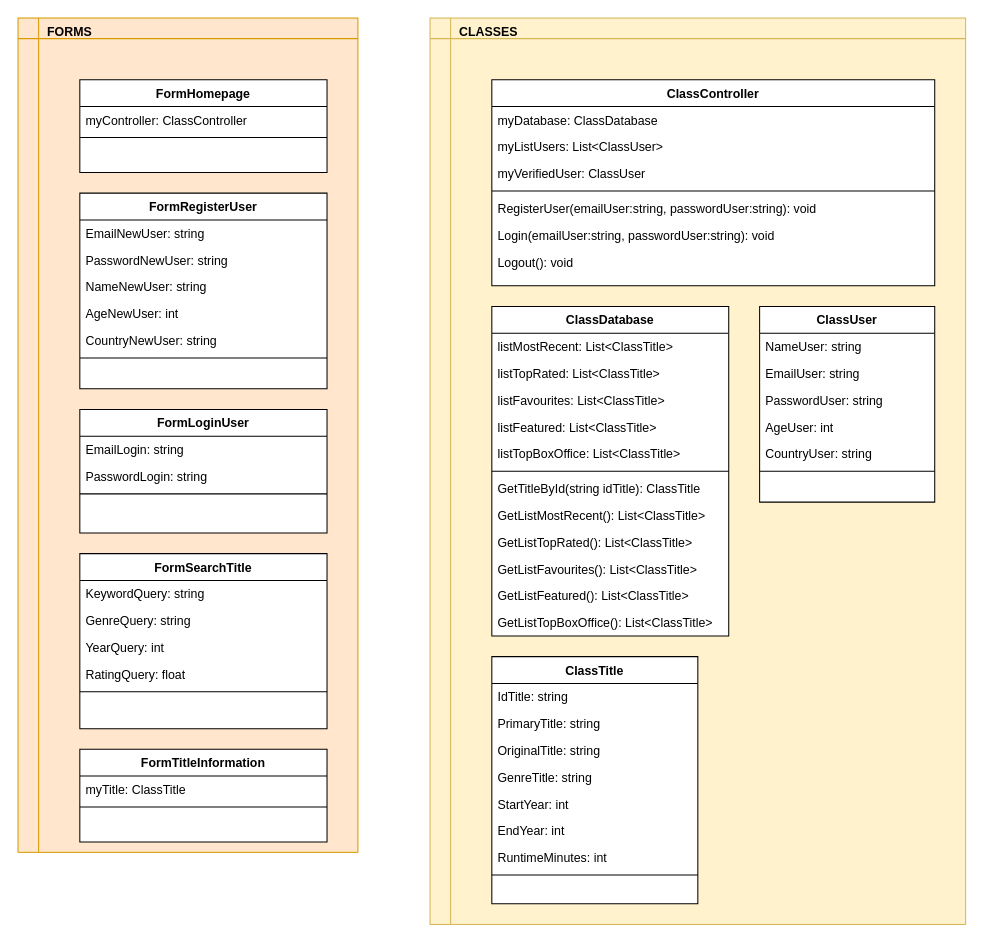
Earlier version of the draw.io diagram SODV2101_UMLDiagram.drawio (danielkakiuthi/SODV2101_MovieDatabase). Source tidied: cells renumbered, new cells numbered last; positions are measured from the earlier drawing's top-left corner, leaving out a move shared by most shapes. Both pictures are drawn from the tidied source at 103%, with x=0, y=0 at pixel (18, 18).
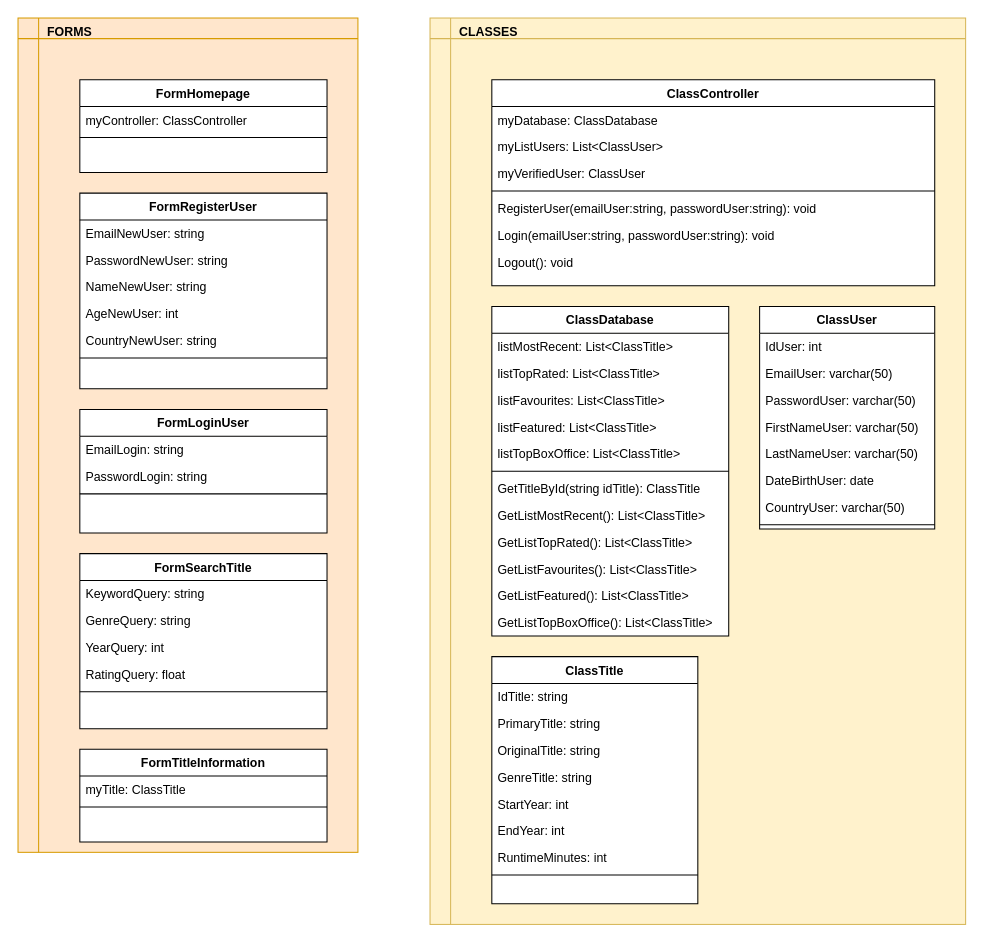
After the change.

What changed in the source:
```diff
@@
     <mxCell id="46" value="ClassUser" style="swimlane;fontStyle=1;align=center;verticalAlign=top;horizontal=1;startSize=26;rounded=0;shadow=0;strokeWidth=1;swimlaneFillColor=default;" parent="1" vertex="1">
-      <mxGeometry x="720" y="280" width="170" height="190" as="geometry" />
+      <mxGeometry x="720" y="280" width="170" height="216" as="geometry" />
     </mxCell>
-    <mxCell id="47" value="NameUser: string" style="text;align=left;verticalAlign=top;spacingLeft=4;spacingRight=4;overflow=hidden;" parent="46" vertex="1">
+    <mxCell id="47" value="IdUser: int" style="text;align=left;verticalAlign=top;spacingLeft=4;spacingRight=4;overflow=hidden;" parent="46" vertex="1">
       <mxGeometry y="26" width="170" height="26" as="geometry" />
     </mxCell>
-    <mxCell id="48" value="EmailUser: string" style="text;align=left;verticalAlign=top;spacingLeft=4;spacingRight=4;overflow=hidden;rounded=0;shadow=0;html=0;" parent="46" vertex="1">
+    <mxCell id="48" value="EmailUser: varchar(50)" style="text;align=left;verticalAlign=top;spacingLeft=4;spacingRight=4;overflow=hidden;rounded=0;shadow=0;html=0;" parent="46" vertex="1">
       <mxGeometry y="52" width="170" height="26" as="geometry" />
     </mxCell>
-    <mxCell id="49" value="PasswordUser: string" style="text;align=left;verticalAlign=top;spacingLeft=4;spacingRight=4;overflow=hidden;rounded=0;shadow=0;html=0;" parent="46" vertex="1">
+    <mxCell id="49" value="PasswordUser: varchar(50)" style="text;align=left;verticalAlign=top;spacingLeft=4;spacingRight=4;overflow=hidden;rounded=0;shadow=0;html=0;" parent="46" vertex="1">
       <mxGeometry y="78" width="170" height="26" as="geometry" />
     </mxCell>
+    <mxCell id="64" value="FirstNameUser: varchar(50)" style="text;align=left;verticalAlign=top;spacingLeft=4;spacingRight=4;overflow=hidden;" parent="46" vertex="1">
+      <mxGeometry y="104" width="170" height="26" as="geometry" />
+    </mxCell>
+    <mxCell id="65" value="LastNameUser: varchar(50)" style="text;align=left;verticalAlign=top;spacingLeft=4;spacingRight=4;overflow=hidden;" parent="46" vertex="1">
+      <mxGeometry y="130" width="170" height="26" as="geometry" />
+    </mxCell>
-    <mxCell id="50" value="AgeUser: int" style="text;align=left;verticalAlign=top;spacingLeft=4;spacingRight=4;overflow=hidden;rounded=0;shadow=0;html=0;" parent="46" vertex="1">
-      <mxGeometry y="104" width="170" height="26" as="geometry" />
+    <mxCell id="50" value="DateBirthUser: date" style="text;align=left;verticalAlign=top;spacingLeft=4;spacingRight=4;overflow=hidden;rounded=0;shadow=0;html=0;" parent="46" vertex="1">
+      <mxGeometry y="156" width="170" height="26" as="geometry" />
     </mxCell>
-    <mxCell id="51" value="CountryUser: string" style="text;align=left;verticalAlign=top;spacingLeft=4;spacingRight=4;overflow=hidden;rounded=0;shadow=0;html=0;" parent="46" vertex="1">
-      <mxGeometry y="130" width="170" height="26" as="geometry" />
+    <mxCell id="51" value="CountryUser: varchar(50)" style="text;align=left;verticalAlign=top;spacingLeft=4;spacingRight=4;overflow=hidden;rounded=0;shadow=0;html=0;" parent="46" vertex="1">
+      <mxGeometry y="182" width="170" height="26" as="geometry" />
     </mxCell>
     <mxCell id="52" style="line;html=1;strokeWidth=1;align=left;verticalAlign=middle;spacingTop=-1;spacingLeft=3;spacingRight=3;labelPosition=right;" parent="46" vertex="1">
-      <mxGeometry y="156" width="170" height="8" as="geometry" />
+      <mxGeometry y="208" width="170" height="8" as="geometry" />
     </mxCell>
```
